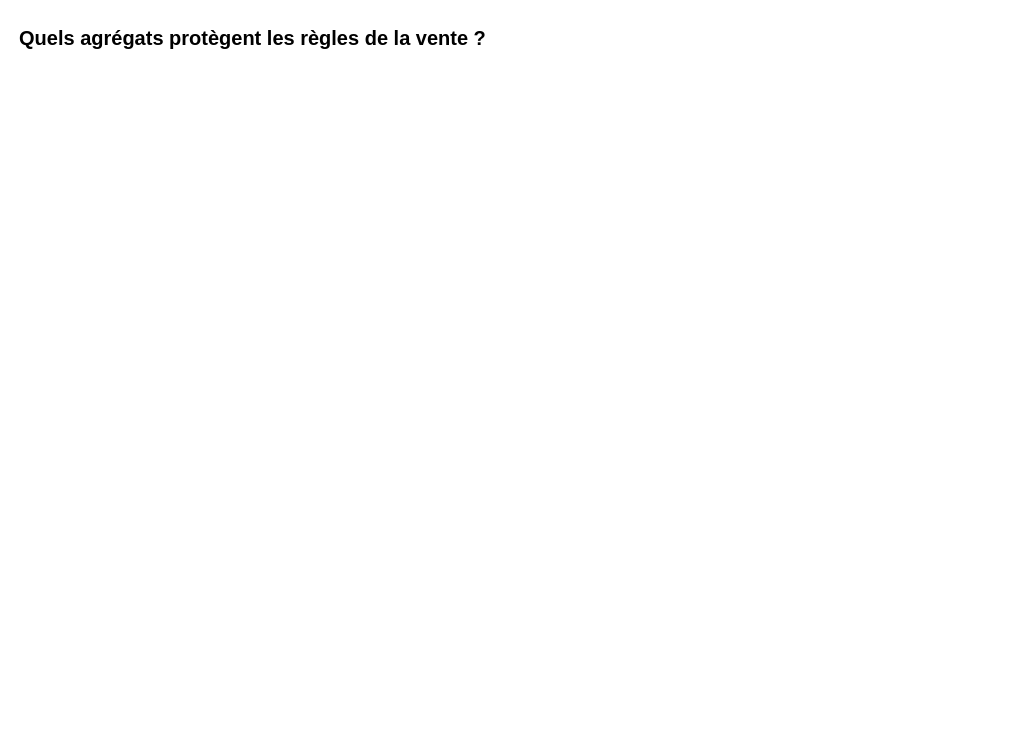
Lucie005/ecrans-villeneuve-equipe1 keeps this draw.io diagram as docs/diagrammes/5-modele-vente.drawio. Above is the earlier version. Source tidied: cells renumbered, new cells numbered last; positions are measured from the earlier drawing's top-left corner, leaving out a move shared by most shapes. Both pictures are drawn from the tidied source at 100%, with x=0, y=0 at pixel (17, 17).
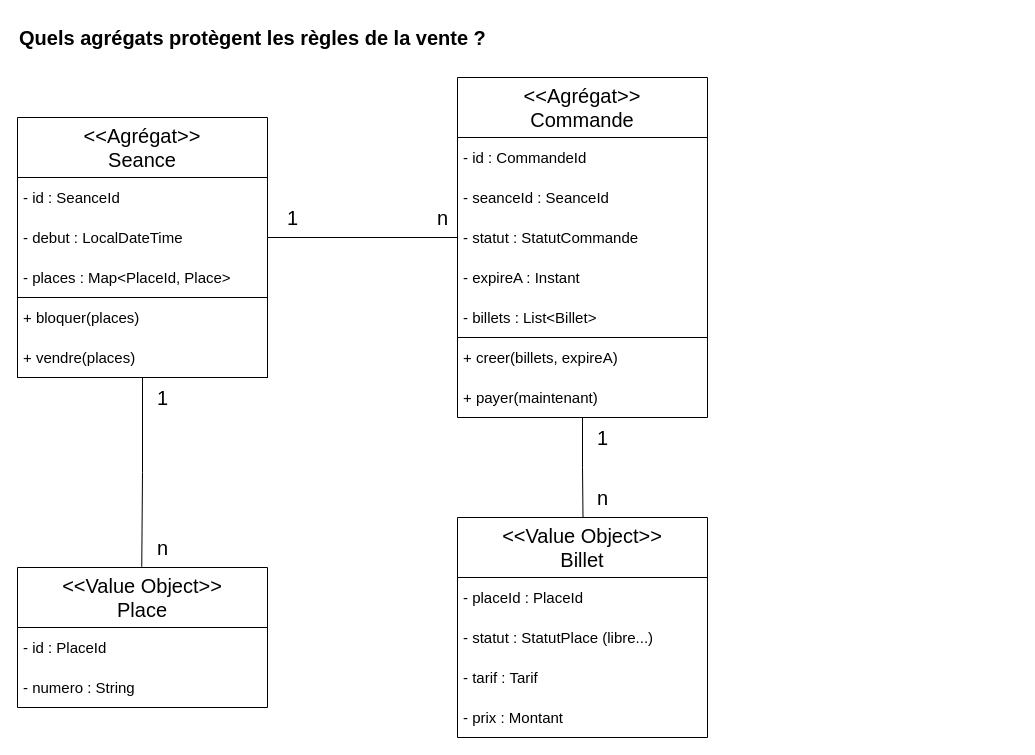
After the change.

Change to the diagram source:
```diff
@@
+    <mxCell id="3" style="swimlane;startSize=0;" parent="1" vertex="1">
+      <mxGeometry y="160" width="250" height="200" as="geometry" />
+    </mxCell>
+    <mxCell id="4" value="&lt;font style=&quot;font-size: 15px;&quot;&gt;- id : SeanceId&lt;/font&gt;" style="text;strokeColor=none;fillColor=none;align=left;verticalAlign=middle;spacingLeft=4;spacingRight=4;overflow=hidden;whiteSpace=wrap;html=1;" parent="3" vertex="1">
+      <mxGeometry width="250" height="40" as="geometry" />
+    </mxCell>
+    <mxCell id="5" value="&lt;font style=&quot;font-size: 15px;&quot;&gt;- debut : LocalDateTime&lt;/font&gt;" style="text;strokeColor=none;fillColor=none;align=left;verticalAlign=middle;spacingLeft=4;spacingRight=4;overflow=hidden;points=[[0,0.5],[1,0.5]];portConstraint=eastwest;whiteSpace=wrap;html=1;" parent="3" vertex="1">
+      <mxGeometry y="40" width="250" height="40" as="geometry" />
+    </mxCell>
+    <mxCell id="6" value="&lt;font style=&quot;font-size: 15px;&quot;&gt;- places : Map&amp;lt;PlaceId, Place&amp;gt;&lt;/font&gt;" style="text;strokeColor=none;fillColor=none;align=left;verticalAlign=middle;spacingLeft=4;spacingRight=4;overflow=hidden;whiteSpace=wrap;html=1;" parent="3" vertex="1">
+      <mxGeometry y="80" width="250" height="40" as="geometry" />
+    </mxCell>
+    <mxCell id="7" style="swimlane;startSize=0;" parent="3" vertex="1">
+      <mxGeometry y="120" width="250" height="80" as="geometry" />
+    </mxCell>
+    <mxCell id="8" value="&lt;font style=&quot;font-size: 15px;&quot;&gt;+ bloquer(places)&lt;/font&gt;" style="text;strokeColor=none;fillColor=none;align=left;verticalAlign=middle;spacingLeft=4;spacingRight=4;overflow=hidden;whiteSpace=wrap;html=1;" parent="7" vertex="1">
+      <mxGeometry width="250" height="40" as="geometry" />
+    </mxCell>
+    <mxCell id="9" value="&lt;font style=&quot;font-size: 15px;&quot;&gt;+ vendre(places)&lt;/font&gt;" style="text;strokeColor=none;fillColor=none;align=left;verticalAlign=middle;spacingLeft=4;spacingRight=4;overflow=hidden;whiteSpace=wrap;html=1;" parent="7" vertex="1">
+      <mxGeometry y="40" width="250" height="40" as="geometry" />
+    </mxCell>
+    <mxCell id="10" style="swimlane;startSize=0;" parent="1" vertex="1">
+      <mxGeometry y="100" width="250" height="60" as="geometry" />
+    </mxCell>
+    <mxCell id="11" value="&lt;font style=&quot;font-size: 20px;&quot;&gt;&amp;lt;&amp;lt;Agrégat&amp;gt;&amp;gt;&lt;br style=&quot;border-color: rgb(218, 220, 224);&quot;&gt;Seance&lt;/font&gt;" style="text;strokeColor=none;fillColor=none;align=center;verticalAlign=middle;spacingLeft=4;spacingRight=4;overflow=hidden;whiteSpace=wrap;html=1;" parent="10" vertex="1">
+      <mxGeometry width="250" height="60" as="geometry" />
+    </mxCell>
+    <mxCell id="12" style="swimlane;startSize=0;" parent="1" vertex="1">
+      <mxGeometry x="440" y="120" width="250" height="200" as="geometry" />
+    </mxCell>
+    <mxCell id="13" value="&lt;font style=&quot;font-size: 15px;&quot;&gt;- id : CommandeId&lt;/font&gt;" style="text;strokeColor=none;fillColor=none;align=left;verticalAlign=middle;spacingLeft=4;spacingRight=4;overflow=hidden;whiteSpace=wrap;html=1;" parent="12" vertex="1">
+      <mxGeometry width="250" height="40" as="geometry" />
+    </mxCell>
+    <mxCell id="14" value="&lt;font style=&quot;font-size: 15px;&quot;&gt;- seanceId : SeanceId&lt;/font&gt;" style="text;strokeColor=none;fillColor=none;align=left;verticalAlign=middle;spacingLeft=4;spacingRight=4;overflow=hidden;whiteSpace=wrap;html=1;" parent="12" vertex="1">
+      <mxGeometry y="40" width="250" height="40" as="geometry" />
+    </mxCell>
+    <mxCell id="15" value="&lt;font style=&quot;font-size: 15px;&quot;&gt;- statut : StatutCommande&lt;/font&gt;" style="text;strokeColor=none;fillColor=none;align=left;verticalAlign=middle;spacingLeft=4;spacingRight=4;overflow=hidden;points=[[0,0.5],[1,0.5]];portConstraint=eastwest;whiteSpace=wrap;html=1;" parent="12" vertex="1">
+      <mxGeometry y="80" width="250" height="40" as="geometry" />
+    </mxCell>
+    <mxCell id="16" value="&lt;font style=&quot;font-size: 15px;&quot;&gt;- expireA : Instant&lt;/font&gt;" style="text;strokeColor=none;fillColor=none;align=left;verticalAlign=middle;spacingLeft=4;spacingRight=4;overflow=hidden;whiteSpace=wrap;html=1;" parent="12" vertex="1">
+      <mxGeometry y="120" width="250" height="40" as="geometry" />
+    </mxCell>
+    <mxCell id="17" value="&lt;font style=&quot;font-size: 15px;&quot;&gt;- billets : List&amp;lt;Billet&amp;gt; &lt;/font&gt;" style="text;strokeColor=none;fillColor=none;align=left;verticalAlign=middle;spacingLeft=4;spacingRight=4;overflow=hidden;whiteSpace=wrap;html=1;" parent="12" vertex="1">
+      <mxGeometry y="160" width="250" height="40" as="geometry" />
+    </mxCell>
+    <mxCell id="18" style="swimlane;startSize=0;" parent="1" vertex="1">
+      <mxGeometry x="440" y="60" width="250" height="60" as="geometry" />
+    </mxCell>
+    <mxCell id="19" value="&lt;font style=&quot;font-size: 20px;&quot;&gt;&amp;lt;&amp;lt;Agrégat&amp;gt;&amp;gt;&lt;br style=&quot;border-color: rgb(218, 220, 224);&quot;&gt;Commande&lt;/font&gt;" style="text;strokeColor=none;fillColor=none;align=center;verticalAlign=middle;spacingLeft=4;spacingRight=4;overflow=hidden;whiteSpace=wrap;html=1;" parent="18" vertex="1">
+      <mxGeometry width="250" height="60" as="geometry" />
+    </mxCell>
+    <mxCell id="20" style="swimlane;startSize=0;" parent="1" vertex="1">
+      <mxGeometry y="610" width="250" height="80" as="geometry" />
+    </mxCell>
+    <mxCell id="21" value="&lt;font style=&quot;font-size: 15px;&quot;&gt;- id : PlaceId&lt;/font&gt;" style="text;strokeColor=none;fillColor=none;align=left;verticalAlign=middle;spacingLeft=4;spacingRight=4;overflow=hidden;whiteSpace=wrap;html=1;" parent="20" vertex="1">
+      <mxGeometry width="250" height="40" as="geometry" />
+    </mxCell>
+    <mxCell id="22" value="&lt;font style=&quot;font-size: 15px;&quot;&gt;- numero : String &lt;/font&gt;" style="text;strokeColor=none;fillColor=none;align=left;verticalAlign=middle;spacingLeft=4;spacingRight=4;overflow=hidden;whiteSpace=wrap;html=1;" parent="20" vertex="1">
+      <mxGeometry y="40" width="250" height="40" as="geometry" />
+    </mxCell>
+    <mxCell id="23" style="swimlane;startSize=0;" parent="1" vertex="1">
+      <mxGeometry y="550" width="250" height="60" as="geometry" />
+    </mxCell>
+    <mxCell id="24" value="&lt;font style=&quot;font-size: 20px;&quot;&gt;&amp;lt;&amp;lt;Value Object&amp;gt;&amp;gt;&lt;br&gt;Place&lt;/font&gt;" style="text;strokeColor=none;fillColor=none;align=center;verticalAlign=middle;spacingLeft=4;spacingRight=4;overflow=hidden;points=[[0,0.5],[1,0.5]];portConstraint=eastwest;whiteSpace=wrap;html=1;" parent="23" vertex="1">
+      <mxGeometry width="250" height="60" as="geometry" />
+    </mxCell>
+    <mxCell id="25" style="swimlane;startSize=0;" parent="1" vertex="1">
+      <mxGeometry x="440" y="560" width="250" height="160" as="geometry" />
+    </mxCell>
+    <mxCell id="26" value="&lt;font style=&quot;font-size: 15px;&quot;&gt;- placeId : PlaceId&lt;/font&gt;" style="text;strokeColor=none;fillColor=none;align=left;verticalAlign=middle;spacingLeft=4;spacingRight=4;overflow=hidden;whiteSpace=wrap;html=1;" parent="25" vertex="1">
+      <mxGeometry width="250" height="40" as="geometry" />
+    </mxCell>
+    <mxCell id="27" value="&lt;font style=&quot;font-size: 15px;&quot;&gt;- statut : StatutPlace (libre...)&lt;/font&gt;" style="text;strokeColor=none;fillColor=none;align=left;verticalAlign=middle;spacingLeft=4;spacingRight=4;overflow=hidden;whiteSpace=wrap;html=1;" parent="25" vertex="1">
+      <mxGeometry y="40" width="250" height="40" as="geometry" />
+    </mxCell>
+    <mxCell id="28" value="&lt;font style=&quot;font-size: 15px;&quot;&gt;- tarif : Tarif &lt;/font&gt;" style="text;strokeColor=none;fillColor=none;align=left;verticalAlign=middle;spacingLeft=4;spacingRight=4;overflow=hidden;whiteSpace=wrap;html=1;" parent="25" vertex="1">
+      <mxGeometry y="80" width="250" height="40" as="geometry" />
+    </mxCell>
+    <mxCell id="29" value="&lt;font style=&quot;font-size: 15px;&quot;&gt;- prix : Montant&lt;/font&gt;" style="text;strokeColor=none;fillColor=none;align=left;verticalAlign=middle;spacingLeft=4;spacingRight=4;overflow=hidden;whiteSpace=wrap;html=1;" parent="25" vertex="1">
+      <mxGeometry y="120" width="250" height="40" as="geometry" />
+    </mxCell>
+    <mxCell id="30" style="swimlane;startSize=0;" parent="1" vertex="1">
+      <mxGeometry x="440" y="500" width="250" height="60" as="geometry" />
+    </mxCell>
+    <mxCell id="31" value="&lt;font style=&quot;font-size: 20px;&quot;&gt;&amp;lt;&amp;lt;Value Object&amp;gt;&amp;gt;&lt;br&gt;Billet&lt;/font&gt;" style="text;strokeColor=none;fillColor=none;align=center;verticalAlign=middle;spacingLeft=4;spacingRight=4;overflow=hidden;points=[[0,0.5],[1,0.5]];portConstraint=eastwest;whiteSpace=wrap;html=1;" parent="30" vertex="1">
+      <mxGeometry width="250" height="60" as="geometry" />
+    </mxCell>
+    <mxCell id="32" style="swimlane;startSize=0;" parent="1" vertex="1">
+      <mxGeometry x="440" y="320" width="250" height="80" as="geometry" />
+    </mxCell>
+    <mxCell id="33" value="&lt;font style=&quot;font-size: 15px;&quot;&gt;+ creer(billets, expireA)&lt;/font&gt;" style="text;strokeColor=none;fillColor=none;align=left;verticalAlign=middle;spacingLeft=4;spacingRight=4;overflow=hidden;whiteSpace=wrap;html=1;" parent="32" vertex="1">
+      <mxGeometry width="250" height="40" as="geometry" />
+    </mxCell>
+    <mxCell id="34" value="&lt;font style=&quot;font-size: 15px;&quot;&gt;+ payer(maintenant)&lt;/font&gt;" style="text;strokeColor=none;fillColor=none;align=left;verticalAlign=middle;spacingLeft=4;spacingRight=4;overflow=hidden;whiteSpace=wrap;html=1;" parent="32" vertex="1">
+      <mxGeometry y="40" width="250" height="40" as="geometry" />
+    </mxCell>
+    <mxCell id="35" style="edgeStyle=orthogonalEdgeStyle;rounded=0;jettySize=auto;html=1;exitX=1;exitY=0.5;exitDx=0;exitDy=0;entryX=0;entryY=0.5;entryDx=0;entryDy=0;endArrow=none;endFill=0;" parent="1" edge="1" source="5" target="15">
+      <mxGeometry relative="1" as="geometry" />
+    </mxCell>
+    <mxCell id="36" style="edgeStyle=orthogonalEdgeStyle;rounded=0;jettySize=auto;html=1;entryX=0.497;entryY=-0.012;entryDx=0;entryDy=0;entryPerimeter=0;endArrow=none;endFill=0;" parent="1" edge="1" source="3" target="24">
+      <mxGeometry relative="1" as="geometry" />
+    </mxCell>
+    <mxCell id="37" style="edgeStyle=orthogonalEdgeStyle;rounded=0;jettySize=auto;html=1;entryX=0.502;entryY=-0.007;entryDx=0;entryDy=0;entryPerimeter=0;endArrow=none;endFill=0;" parent="1" edge="1" source="32" target="31">
+      <mxGeometry relative="1" as="geometry" />
+    </mxCell>
+    <mxCell id="38" value="&lt;font style=&quot;font-size: 20px;&quot;&gt;1&lt;/font&gt;" style="text;html=1;align=center;verticalAlign=middle;strokeColor=none;fillColor=none;" parent="1" vertex="1">
+      <mxGeometry x="260" y="180" width="30" height="40" as="geometry" />
+    </mxCell>
+    <mxCell id="39" value="&lt;font style=&quot;font-size: 20px;&quot;&gt;1&lt;/font&gt;" style="text;html=1;align=center;verticalAlign=middle;strokeColor=none;fillColor=none;" parent="1" vertex="1">
+      <mxGeometry x="570" y="400" width="30" height="40" as="geometry" />
+    </mxCell>
+    <mxCell id="40" value="&lt;font style=&quot;font-size: 20px;&quot;&gt;1&lt;/font&gt;" style="text;html=1;align=center;verticalAlign=middle;strokeColor=none;fillColor=none;" parent="1" vertex="1">
+      <mxGeometry x="130" y="360" width="30" height="40" as="geometry" />
+    </mxCell>
+    <mxCell id="41" value="&lt;span style=&quot;font-size: 20px;&quot;&gt;n&lt;/span&gt;" style="text;html=1;align=center;verticalAlign=middle;strokeColor=none;fillColor=none;" parent="1" vertex="1">
+      <mxGeometry x="410" y="180" width="30" height="40" as="geometry" />
+    </mxCell>
+    <mxCell id="42" value="&lt;span style=&quot;font-size: 20px;&quot;&gt;n&lt;/span&gt;" style="text;html=1;align=center;verticalAlign=middle;strokeColor=none;fillColor=none;" parent="1" vertex="1">
+      <mxGeometry x="570" y="460" width="30" height="40" as="geometry" />
+    </mxCell>
+    <mxCell id="43" value="&lt;span style=&quot;font-size: 20px;&quot;&gt;n&lt;/span&gt;" style="text;html=1;align=center;verticalAlign=middle;strokeColor=none;fillColor=none;" parent="1" vertex="1">
+      <mxGeometry x="130" y="510" width="30" height="40" as="geometry" />
+    </mxCell>
```
